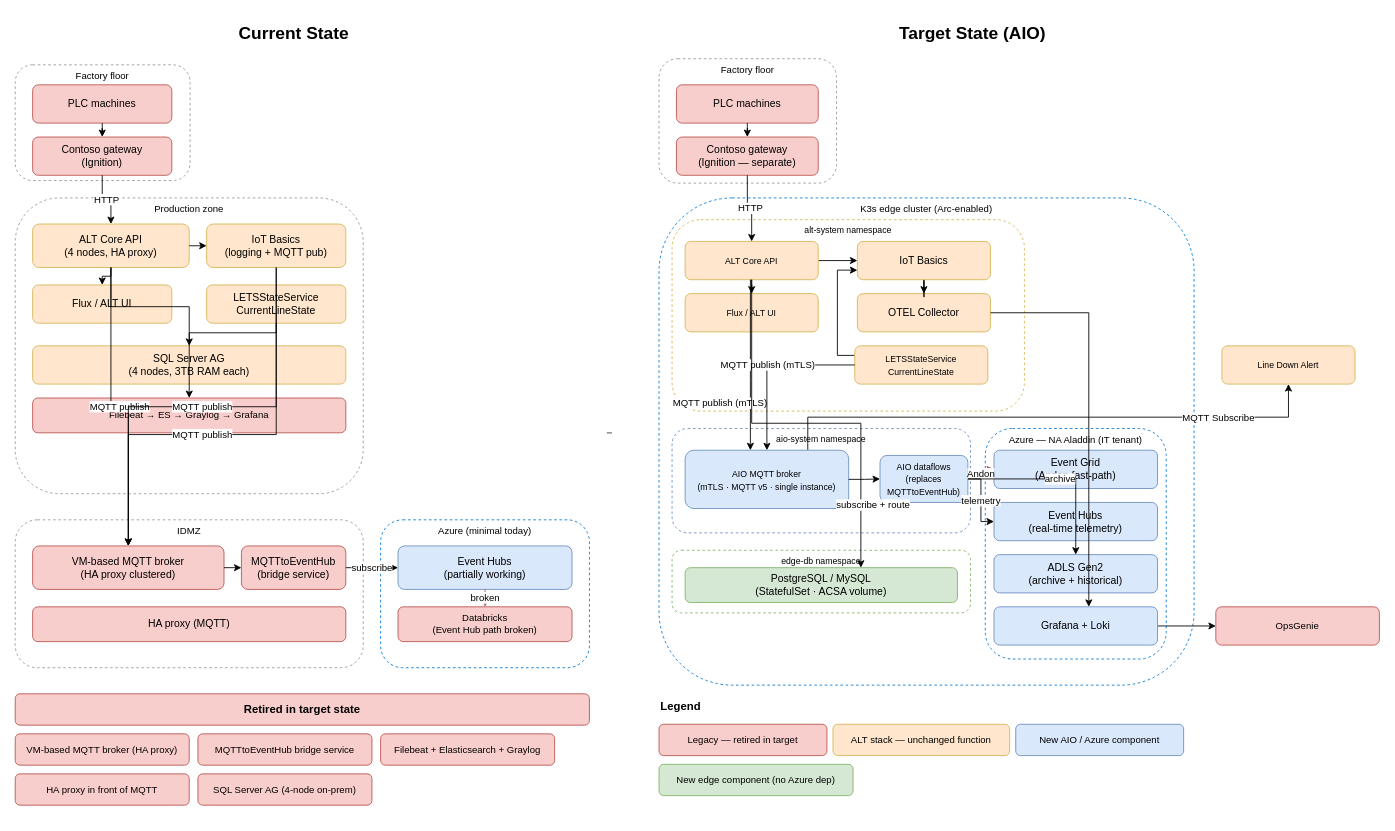
avinashr-insight/manufacturing-iot keeps this draw.io diagram as page "MQTT" (3 of 5) of aio/AIO.drawio. Above is the earlier version. Source tidied: cells renumbered, new cells numbered last; positions are measured from the earlier drawing's top-left corner, leaving out a move shared by most shapes. Both pictures are drawn from the tidied source at 87%, with x=0, y=0 at pixel (15, 15).
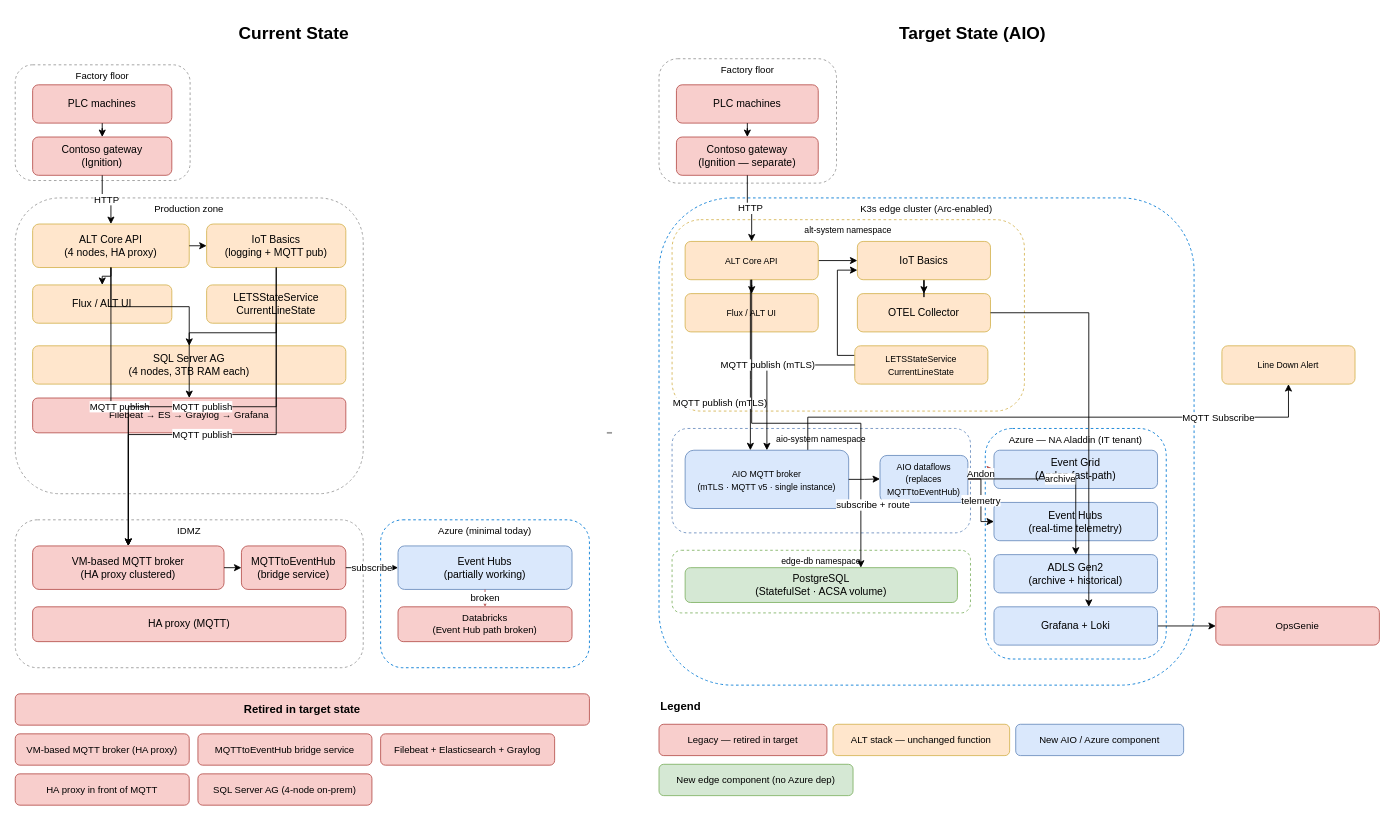
After the change.

Commit message (it also covers changes not shown here):
Removed reference to mysql

Change to the diagram source:
```diff
@@
-    <mxCell id="51" value="PostgreSQL / MySQL&#10;(StatefulSet · ACSA volume)" style="rounded=1;whiteSpace=wrap;html=1;fillColor=#d5e8d4;strokeColor=#82b366;fontSize=12;" parent="1" vertex="1">
+    <mxCell id="51" value="PostgreSQL&lt;br&gt;(StatefulSet · ACSA volume)" style="rounded=1;whiteSpace=wrap;html=1;fillColor=#d5e8d4;strokeColor=#82b366;fontSize=12;" parent="1" vertex="1">
       <mxGeometry x="770" y="635" width="313" height="40" as="geometry" />
     </mxCell>
```
